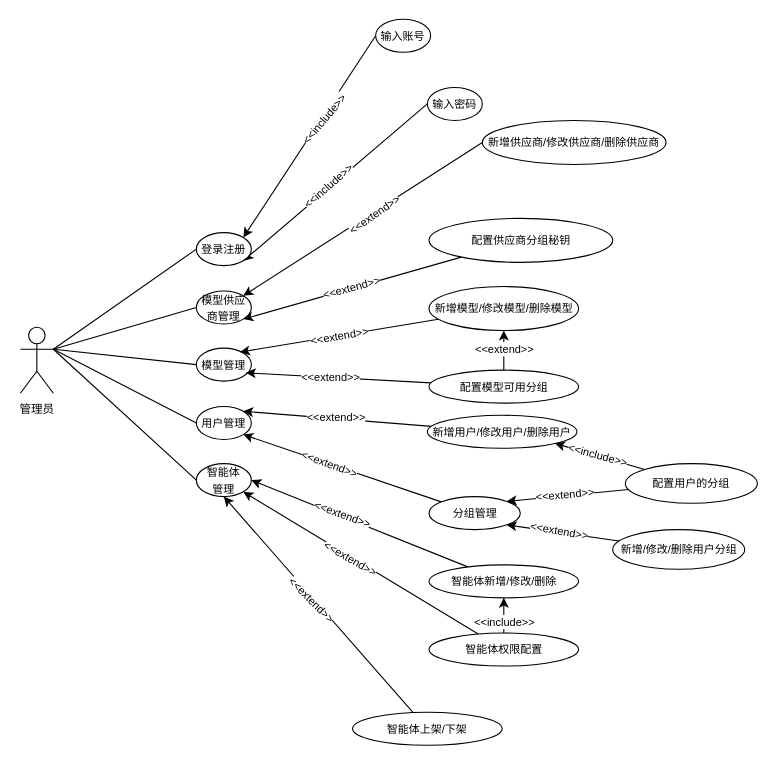
The draw.io diagram page "第 2 页" (2 of 2) of 用户用例图.drawio in Chentx1243/draw.io, before the edit. Source tidied: cells renumbered, new cells numbered last; positions are measured from the earlier drawing's top-left corner, leaving out a move shared by most shapes. Both pictures are drawn from the tidied source at 110%, with x=0, y=0 at pixel (20, 19).
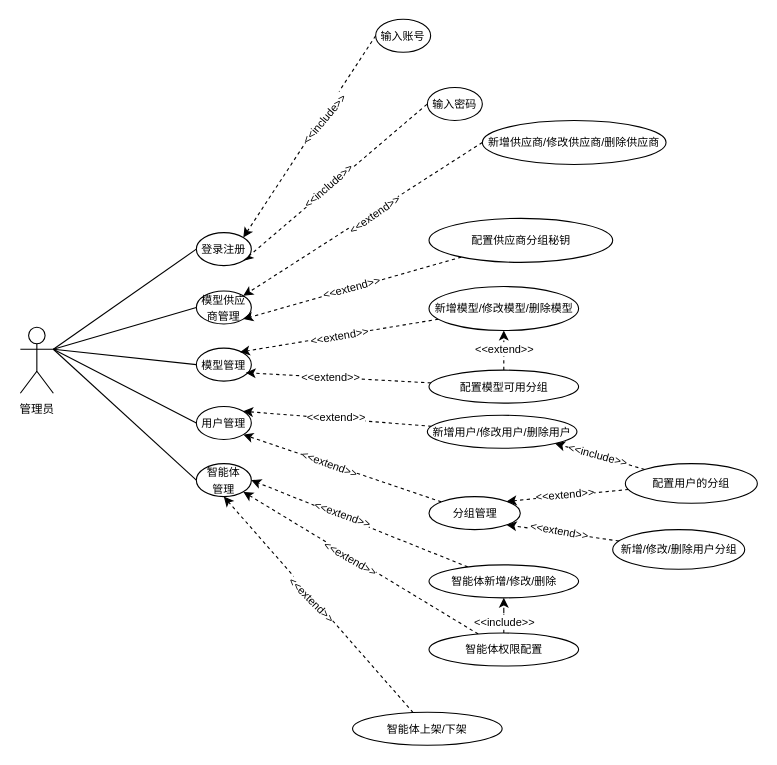
After the change.

The change refers to these unchanged cells:
```xml
<mxCell id="12" value="&lt;font face=&quot;宋体&quot;&gt;&lt;span style=&quot;font-size: 10px;&quot;&gt;登录注册&lt;/span&gt;&lt;/font&gt;" style="ellipse;whiteSpace=wrap;html=1;" parent="1" vertex="1">
  <mxGeometry x="160" y="194" width="50" height="30" as="geometry" />
</mxCell>
<mxCell id="13" value="&lt;font face=&quot;宋体&quot;&gt;&lt;span style=&quot;font-size: 10px;&quot;&gt;输入账号&lt;/span&gt;&lt;/font&gt;" style="ellipse;whiteSpace=wrap;html=1;" parent="1" vertex="1">
  <mxGeometry x="323" width="50" height="30" as="geometry" />
</mxCell>
<mxCell id="14" value="&lt;font face=&quot;宋体&quot; style=&quot;font-size: 10px;&quot;&gt;输入密码&lt;/font&gt;" style="ellipse;whiteSpace=wrap;html=1;" parent="1" vertex="1">
  <mxGeometry x="370" y="62" width="50" height="30" as="geometry" />
</mxCell>
<mxCell id="15" value="&lt;font face=&quot;宋体&quot;&gt;&lt;span style=&quot;font-size: 10px;&quot;&gt;模型供应商管理&lt;/span&gt;&lt;/font&gt;" style="ellipse;whiteSpace=wrap;html=1;" parent="1" vertex="1">
  <mxGeometry x="160" y="247" width="50" height="30" as="geometry" />
</mxCell>
<mxCell id="18" value="&lt;font face=&quot;宋体&quot;&gt;&lt;span style=&quot;font-size: 10px;&quot;&gt;新增供应商/修改供应商/删除供应商&lt;/span&gt;&lt;/font&gt;" style="ellipse;whiteSpace=wrap;html=1;" parent="1" vertex="1">
  <mxGeometry x="420" y="92" width="167" height="40" as="geometry" />
</mxCell>
<mxCell id="19" value="&lt;font face=&quot;宋体&quot;&gt;&lt;span style=&quot;font-size: 10px;&quot;&gt;模型管理&lt;/span&gt;&lt;/font&gt;" style="ellipse;whiteSpace=wrap;html=1;" parent="1" vertex="1">
  <mxGeometry x="160" y="299" width="50" height="30" as="geometry" />
</mxCell>
<mxCell id="22" value="&lt;font face=&quot;宋体&quot;&gt;&lt;span style=&quot;font-size: 10px;&quot;&gt;新增模型/修改模型/删除模型&lt;/span&gt;&lt;/font&gt;" style="ellipse;whiteSpace=wrap;html=1;" parent="1" vertex="1">
  <mxGeometry x="371.5" y="243" width="136" height="40" as="geometry" />
</mxCell>
<mxCell id="23" value="&lt;font face=&quot;宋体&quot;&gt;&lt;span style=&quot;font-size: 10px;&quot;&gt;用户管理&lt;/span&gt;&lt;/font&gt;" style="ellipse;whiteSpace=wrap;html=1;" parent="1" vertex="1">
  <mxGeometry x="160" y="352" width="50" height="30" as="geometry" />
</mxCell>
<mxCell id="26" value="&lt;font face=&quot;宋体&quot;&gt;&lt;span style=&quot;font-size: 10px;&quot;&gt;新增用户/修改用户/删除用户&lt;/span&gt;&lt;/font&gt;" style="ellipse;whiteSpace=wrap;html=1;" parent="1" vertex="1">
  <mxGeometry x="370" y="360" width="136" height="30" as="geometry" />
</mxCell>
<mxCell id="29" value="&lt;font face=&quot;宋体&quot;&gt;&lt;span style=&quot;font-size: 10px;&quot;&gt;分组管理&lt;/span&gt;&lt;/font&gt;" style="ellipse;whiteSpace=wrap;html=1;" parent="1" vertex="1">
  <mxGeometry x="371.5" y="434" width="83" height="30" as="geometry" />
</mxCell>
<mxCell id="32" value="&lt;font face=&quot;宋体&quot;&gt;&lt;span style=&quot;font-size: 10px;&quot;&gt;配置供应商分组秘钥&lt;/span&gt;&lt;/font&gt;" style="ellipse;whiteSpace=wrap;html=1;" parent="1" vertex="1">
  <mxGeometry x="371.5" y="181" width="167" height="40" as="geometry" />
</mxCell>
<mxCell id="37" value="&lt;font face=&quot;宋体&quot;&gt;&lt;span style=&quot;font-size: 10px;&quot;&gt;配置模型可用分组&lt;/span&gt;&lt;/font&gt;" style="ellipse;whiteSpace=wrap;html=1;" parent="1" vertex="1">
  <mxGeometry x="371.5" y="319" width="136" height="30" as="geometry" />
</mxCell>
<mxCell id="38" value="&lt;font face=&quot;宋体&quot;&gt;&lt;span style=&quot;font-size: 10px;&quot;&gt;智能体&lt;/span&gt;&lt;/font&gt;&lt;div&gt;&lt;font face=&quot;宋体&quot;&gt;&lt;span style=&quot;font-size: 10px;&quot;&gt;管理&lt;/span&gt;&lt;/font&gt;&lt;/div&gt;" style="ellipse;whiteSpace=wrap;html=1;" parent="1" vertex="1">
  <mxGeometry x="160" y="404" width="50" height="30" as="geometry" />
</mxCell>
<mxCell id="41" value="&lt;font face=&quot;宋体&quot;&gt;&lt;span style=&quot;font-size: 10px;&quot;&gt;智能体新增/修改/删除&lt;/span&gt;&lt;/font&gt;" style="ellipse;whiteSpace=wrap;html=1;" parent="1" vertex="1">
  <mxGeometry x="371.5" y="496" width="136" height="30" as="geometry" />
</mxCell>
<mxCell id="46" value="&lt;font face=&quot;宋体&quot;&gt;&lt;span style=&quot;font-size: 10px;&quot;&gt;智能体权限配置&lt;/span&gt;&lt;/font&gt;" style="ellipse;whiteSpace=wrap;html=1;" parent="1" vertex="1">
  <mxGeometry x="371.5" y="558" width="136" height="30" as="geometry" />
</mxCell>
<mxCell id="49" value="&lt;font face=&quot;宋体&quot;&gt;&lt;span style=&quot;font-size: 10px;&quot;&gt;智能体上架/下架&lt;/span&gt;&lt;/font&gt;" style="ellipse;whiteSpace=wrap;html=1;" parent="1" vertex="1">
  <mxGeometry x="302" y="630" width="136" height="30" as="geometry" />
</mxCell>
<mxCell id="52" value="&lt;font face=&quot;宋体&quot;&gt;&lt;span style=&quot;font-size: 10px;&quot;&gt;新增/修改/删除用户分组&lt;/span&gt;&lt;/font&gt;" style="ellipse;whiteSpace=wrap;html=1;" parent="1" vertex="1">
  <mxGeometry x="538.5" y="464" width="120" height="36" as="geometry" />
</mxCell>
<mxCell id="57" value="&lt;font face=&quot;宋体&quot;&gt;&lt;span style=&quot;font-size: 10px;&quot;&gt;配置用户的分组&lt;/span&gt;&lt;/font&gt;" style="ellipse;whiteSpace=wrap;html=1;" parent="1" vertex="1">
  <mxGeometry x="550" y="404" width="120" height="36" as="geometry" />
</mxCell>
```

What changed in the source:
```diff
@@
-    <mxCell id="8" style="rounded=0;jettySize=auto;html=1;fontFamily=宋体;exitX=0;exitY=0.5;exitDx=0;exitDy=0;entryX=1;entryY=0;entryDx=0;entryDy=0;" parent="1" edge="1" source="13" target="12">
+    <mxCell id="8" style="rounded=0;jettySize=auto;html=1;fontFamily=宋体;exitX=0;exitY=0.5;exitDx=0;exitDy=0;entryX=1;entryY=0;entryDx=0;entryDy=0;dashed=1;" parent="1" edge="1" source="13" target="12">
       <mxGeometry relative="1" as="geometry" />
     </mxCell>
@@
-    <mxCell id="10" style="rounded=0;jettySize=auto;html=1;exitX=1;exitY=1;exitDx=0;exitDy=0;entryX=0;entryY=0.5;entryDx=0;entryDy=0;endArrow=none;endFill=0;startArrow=classic;startFill=1;" parent="1" edge="1" source="12" target="14">
+    <mxCell id="10" style="rounded=0;jettySize=auto;html=1;exitX=1;exitY=1;exitDx=0;exitDy=0;entryX=0;entryY=0.5;entryDx=0;entryDy=0;endArrow=none;endFill=0;startArrow=classic;startFill=1;dashed=1;" parent="1" edge="1" source="12" target="14">
       <mxGeometry relative="1" as="geometry" />
     </mxCell>
@@
-    <mxCell id="16" style="rounded=0;jettySize=auto;html=1;entryX=1;entryY=0;entryDx=0;entryDy=0;exitX=0;exitY=0.5;exitDx=0;exitDy=0;" parent="1" edge="1" source="18" target="15">
+    <mxCell id="16" style="rounded=0;jettySize=auto;html=1;entryX=1;entryY=0;entryDx=0;entryDy=0;exitX=0;exitY=0.5;exitDx=0;exitDy=0;dashed=1;" parent="1" edge="1" source="18" target="15">
       <mxGeometry relative="1" as="geometry" />
     </mxCell>
@@
-    <mxCell id="20" style="rounded=0;jettySize=auto;html=1;entryX=0.793;entryY=0.119;entryDx=0;entryDy=0;entryPerimeter=0;" parent="1" edge="1" source="22" target="19">
+    <mxCell id="20" style="rounded=0;jettySize=auto;html=1;entryX=0.793;entryY=0.119;entryDx=0;entryDy=0;entryPerimeter=0;dashed=1;" parent="1" edge="1" source="22" target="19">
       <mxGeometry relative="1" as="geometry" />
     </mxCell>
@@
-    <mxCell id="24" style="rounded=0;jettySize=auto;html=1;entryX=1;entryY=0;entryDx=0;entryDy=0;" parent="1" edge="1" source="26" target="23">
+    <mxCell id="24" style="rounded=0;jettySize=auto;html=1;entryX=1;entryY=0;entryDx=0;entryDy=0;dashed=1;" parent="1" edge="1" source="26" target="23">
       <mxGeometry relative="1" as="geometry" />
     </mxCell>
@@
-    <mxCell id="27" style="rounded=0;jettySize=auto;html=1;entryX=1;entryY=1;entryDx=0;entryDy=0;" parent="1" edge="1" source="29" target="23">
+    <mxCell id="27" style="rounded=0;jettySize=auto;html=1;entryX=1;entryY=1;entryDx=0;entryDy=0;dashed=1;" parent="1" edge="1" source="29" target="23">
       <mxGeometry relative="1" as="geometry" />
     </mxCell>
@@
-    <mxCell id="30" style="rounded=0;jettySize=auto;html=1;entryX=1;entryY=1;entryDx=0;entryDy=0;" parent="1" edge="1" source="32" target="15">
+    <mxCell id="30" style="rounded=0;jettySize=auto;html=1;entryX=1;entryY=1;entryDx=0;entryDy=0;dashed=1;" parent="1" edge="1" source="32" target="15">
       <mxGeometry relative="1" as="geometry" />
     </mxCell>
@@
-    <mxCell id="33" style="rounded=0;jettySize=auto;html=1;entryX=0.899;entryY=0.745;entryDx=0;entryDy=0;entryPerimeter=0;" parent="1" edge="1" source="37" target="19">
+    <mxCell id="33" style="rounded=0;jettySize=auto;html=1;entryX=0.899;entryY=0.745;entryDx=0;entryDy=0;entryPerimeter=0;dashed=1;" parent="1" edge="1" source="37" target="19">
       <mxGeometry relative="1" as="geometry" />
     </mxCell>
@@
-    <mxCell id="35" style="rounded=0;jettySize=auto;html=1;entryX=0.5;entryY=1;entryDx=0;entryDy=0;" parent="1" edge="1" source="37" target="22">
+    <mxCell id="35" style="rounded=0;jettySize=auto;html=1;entryX=0.5;entryY=1;entryDx=0;entryDy=0;dashed=1;" parent="1" edge="1" source="37" target="22">
       <mxGeometry relative="1" as="geometry" />
     </mxCell>
@@
-    <mxCell id="39" style="rounded=0;jettySize=auto;html=1;entryX=1;entryY=0.5;entryDx=0;entryDy=0;" parent="1" edge="1" source="41" target="38">
+    <mxCell id="39" style="rounded=0;jettySize=auto;html=1;entryX=1;entryY=0.5;entryDx=0;entryDy=0;dashed=1;" parent="1" edge="1" source="41" target="38">
       <mxGeometry relative="1" as="geometry" />
     </mxCell>
@@
-    <mxCell id="42" style="rounded=0;jettySize=auto;html=1;entryX=1;entryY=1;entryDx=0;entryDy=0;" parent="1" edge="1" source="46" target="38">
+    <mxCell id="42" style="rounded=0;jettySize=auto;html=1;entryX=1;entryY=1;entryDx=0;entryDy=0;dashed=1;" parent="1" edge="1" source="46" target="38">
       <mxGeometry relative="1" as="geometry" />
     </mxCell>
@@
-    <mxCell id="44" style="edgeStyle=orthogonalEdgeStyle;rounded=0;jettySize=auto;html=1;" parent="1" edge="1" source="46" target="41">
+    <mxCell id="44" style="edgeStyle=orthogonalEdgeStyle;rounded=0;jettySize=auto;html=1;dashed=1;" parent="1" edge="1" source="46" target="41">
       <mxGeometry relative="1" as="geometry" />
     </mxCell>
@@
-    <mxCell id="47" style="rounded=0;jettySize=auto;html=1;entryX=0.5;entryY=1;entryDx=0;entryDy=0;" parent="1" edge="1" source="49" target="38">
+    <mxCell id="47" style="rounded=0;jettySize=auto;html=1;entryX=0.5;entryY=1;entryDx=0;entryDy=0;dashed=1;" parent="1" edge="1" source="49" target="38">
       <mxGeometry relative="1" as="geometry" />
     </mxCell>
@@
-    <mxCell id="50" style="rounded=0;jettySize=auto;html=1;entryX=1;entryY=1;entryDx=0;entryDy=0;" parent="1" edge="1" source="52" target="29">
+    <mxCell id="50" style="rounded=0;jettySize=auto;html=1;entryX=1;entryY=1;entryDx=0;entryDy=0;dashed=1;" parent="1" edge="1" source="52" target="29">
       <mxGeometry relative="1" as="geometry" />
     </mxCell>
@@
-    <mxCell id="53" style="rounded=0;jettySize=auto;html=1;entryX=1;entryY=0;entryDx=0;entryDy=0;" parent="1" edge="1" source="57" target="29">
+    <mxCell id="53" style="rounded=0;jettySize=auto;html=1;entryX=1;entryY=0;entryDx=0;entryDy=0;dashed=1;" parent="1" edge="1" source="57" target="29">
       <mxGeometry relative="1" as="geometry" />
     </mxCell>
@@
-    <mxCell id="55" style="rounded=0;jettySize=auto;html=1;exitX=0;exitY=0;exitDx=0;exitDy=0;entryX=1;entryY=1;entryDx=0;entryDy=0;" parent="1" edge="1" source="57" target="26">
+    <mxCell id="55" style="rounded=0;jettySize=auto;html=1;exitX=0;exitY=0;exitDx=0;exitDy=0;entryX=1;entryY=1;entryDx=0;entryDy=0;dashed=1;" parent="1" edge="1" source="57" target="26">
       <mxGeometry relative="1" as="geometry" />
     </mxCell>
```
